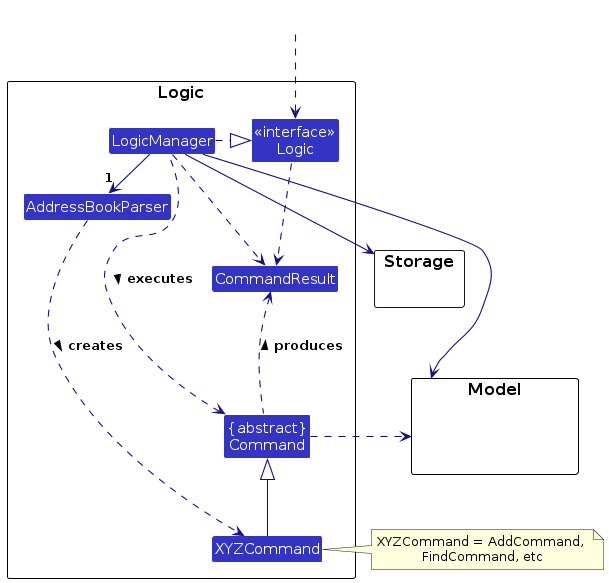
Earlier version of the PlantUML export diagrams/LogicClassDiagram.png (erohsikivar/tp). Its source is kept beside it as diagrams/LogicClassDiagram.puml. Source of this version:
```plantuml
@startuml
!include style.puml
skinparam arrowThickness 1.1
skinparam arrowColor LOGIC_COLOR_T4
skinparam classBackgroundColor LOGIC_COLOR

package Logic as LogicPackage {

Class AddressBookParser
Class XYZCommand
Class CommandResult
Class "{abstract}\nCommand" as Command


Class "<<interface>>\nLogic" as Logic
Class LogicManager
}

package Model {
Class HiddenModel #FFFFFF
}

package Storage {
}

Class HiddenOutside #FFFFFF
HiddenOutside ..> Logic

LogicManager .right.|> Logic
LogicManager -right->"1" AddressBookParser
AddressBookParser ..> XYZCommand : creates >

XYZCommand -up-|> Command
LogicManager .left.> Command : executes >

LogicManager --> Model
LogicManager --> Storage
Storage --[hidden] Model
Command .[hidden]up.> Storage
Command .right.> Model
note right of XYZCommand: XYZCommand = AddCommand, \nFindCommand, etc

Logic ..> CommandResult
LogicManager .down.> CommandResult
Command .up.> CommandResult : produces >
@enduml
```
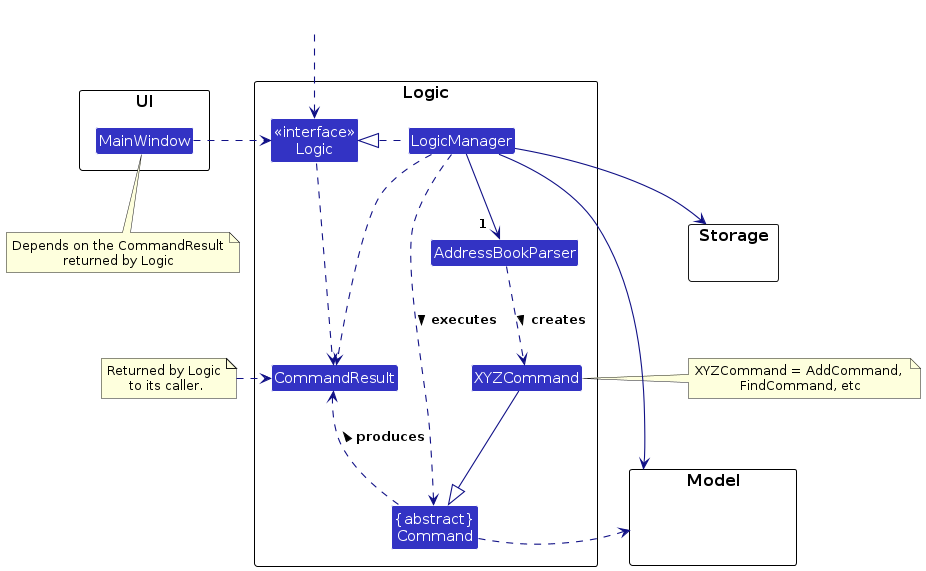
The same diagram one commit later.

What changed in the source:
```diff
@@ -3,6 +3,7 @@
 skinparam arrowThickness 1.1
 skinparam arrowColor LOGIC_COLOR_T4
 skinparam classBackgroundColor LOGIC_COLOR
+
 
 package Logic as LogicPackage {
 
@@ -23,24 +24,39 @@
 package Storage {
 }
 
+package UI {
+Class MainWindow
+}
+
 Class HiddenOutside #FFFFFF
 HiddenOutside ..> Logic
 
-LogicManager .right.|> Logic
-LogicManager -right->"1" AddressBookParser
+
+MainWindow .right.> Logic
+note bottom of MainWindow: Depends on the CommandResult\nreturned by Logic
+
+LogicManager .left.|> Logic
+Logic ..down.> CommandResult
+LogicManager .down.> CommandResult
+LogicManager -down->"          1" AddressBookParser
 AddressBookParser ..> XYZCommand : creates >
 
-XYZCommand -up-|> Command
+XYZCommand -down-|> Command
 LogicManager .left.> Command : executes >
 
 LogicManager --> Model
 LogicManager --> Storage
-Storage --[hidden] Model
-Command .[hidden]up.> Storage
+
+
 Command .right.> Model
 note right of XYZCommand: XYZCommand = AddCommand, \nFindCommand, etc
 
-Logic ..> CommandResult
-LogicManager .down.> CommandResult
+note "Returned by Logic\n to its caller." as dn
+dn .right.> CommandResult
+Class HiddenOutside2 #FFFFFF
+Command .[hidden]left.> HiddenOutside2
+dn .[hidden]down.>  HiddenOutside2
+
+
 Command .up.> CommandResult : produces >
 @enduml
```
